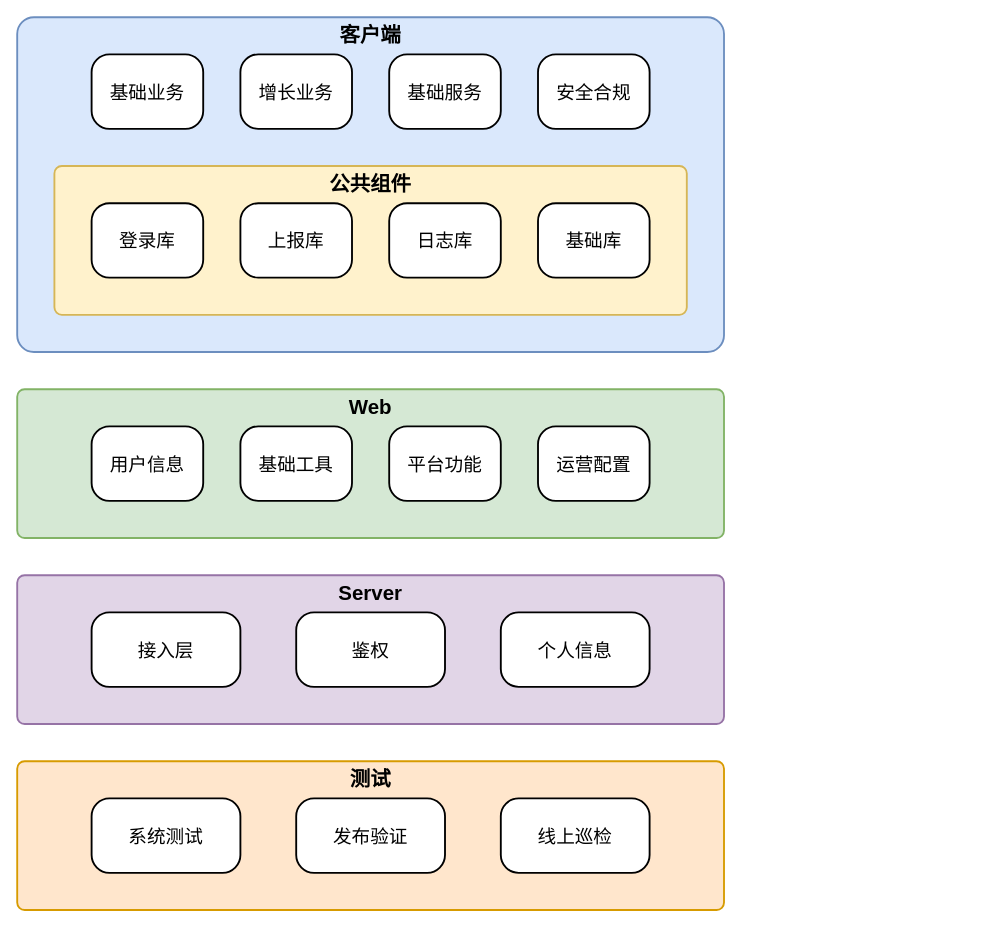
Earlier version of the draw.io diagram 23H2架构.drawio (Cmdone/Draw.io). Source tidied: cells renumbered, new cells numbered last; positions are measured from the earlier drawing's top-left corner, leaving out a move shared by most shapes. Both pictures are drawn from the tidied source at 93%, with x=0, y=0 at pixel (17, 17).
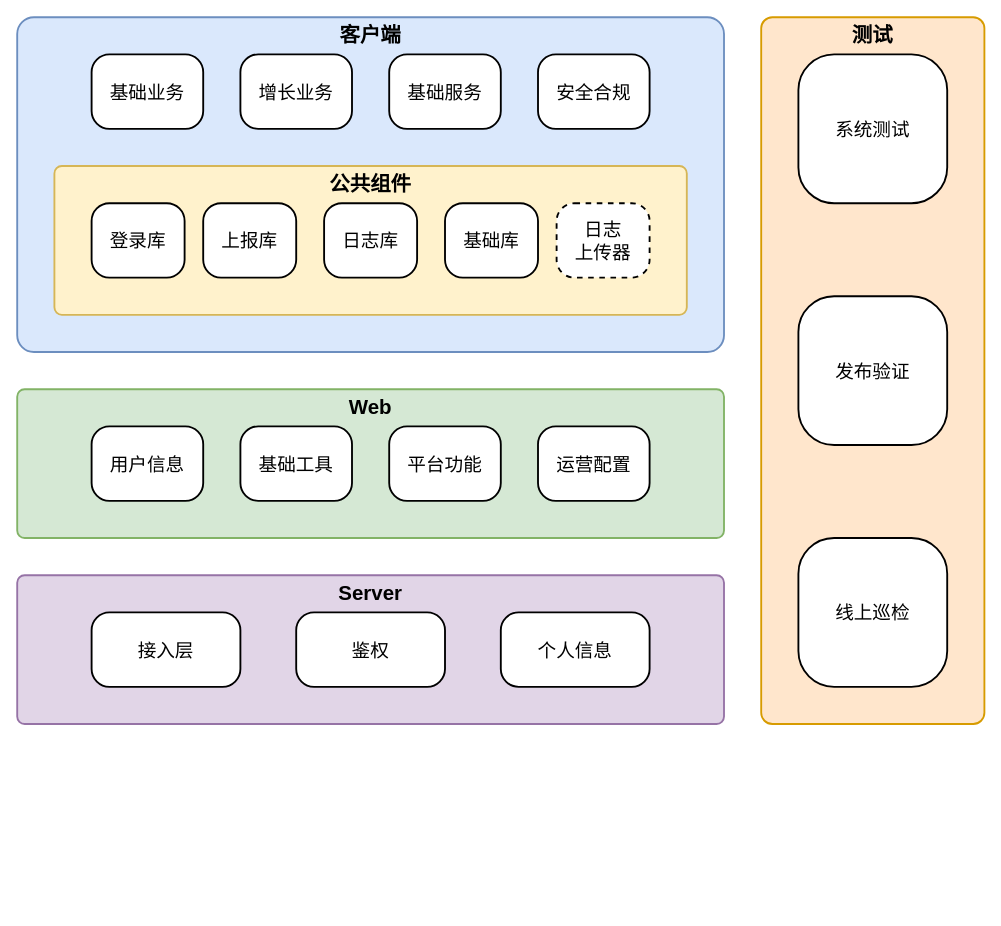
After the change.

Diff of the diagram source:
```diff
@@
     <mxCell id="9" value="登录库" style="rounded=1;whiteSpace=wrap;html=1;strokeWidth=2;fontSize=20;arcSize=24;" parent="1" vertex="1">
-      <mxGeometry x="80" y="200" width="120" height="80" as="geometry" />
+      <mxGeometry x="80" y="200" width="100" height="80" as="geometry" />
     </mxCell>
     <mxCell id="10" value="上报库" style="rounded=1;whiteSpace=wrap;html=1;strokeWidth=2;fontSize=20;arcSize=24;" parent="1" vertex="1">
-      <mxGeometry x="240" y="200" width="120" height="80" as="geometry" />
+      <mxGeometry x="200" y="200" width="100" height="80" as="geometry" />
     </mxCell>
     <mxCell id="11" value="日志库" style="rounded=1;whiteSpace=wrap;html=1;strokeWidth=2;fontSize=20;arcSize=24;" parent="1" vertex="1">
-      <mxGeometry x="400" y="200" width="120" height="80" as="geometry" />
+      <mxGeometry x="330" y="200" width="100" height="80" as="geometry" />
     </mxCell>
-    <mxCell id="12" value="基础库" style="rounded=1;whiteSpace=wrap;html=1;strokeWidth=2;fontSize=20;arcSize=24;" parent="1" vertex="1">
-      <mxGeometry x="560" y="200" width="120" height="80" as="geometry" />
+    <mxCell id="12" value="日志&lt;br&gt;上传器" style="rounded=1;whiteSpace=wrap;html=1;strokeWidth=2;fontSize=20;arcSize=24;dashed=1;" parent="1" vertex="1">
+      <mxGeometry x="580" y="200" width="100" height="80" as="geometry" />
     </mxCell>
@@
     <mxCell id="25" style="rounded=1;whiteSpace=wrap;html=1;strokeWidth=2;fontSize=16;fillColor=#ffe6cc;strokeColor=#d79b00;arcSize=5;" parent="1" vertex="1">
-      <mxGeometry y="800" width="760" height="160" as="geometry" />
+      <mxGeometry x="800" width="240" height="760" as="geometry" />
     </mxCell>
     <mxCell id="26" value="系统测试" style="rounded=1;whiteSpace=wrap;html=1;strokeWidth=2;fontSize=20;arcSize=24;" parent="1" vertex="1">
-      <mxGeometry x="80" y="840" width="160" height="80" as="geometry" />
+      <mxGeometry x="840" y="40" width="160" height="160" as="geometry" />
     </mxCell>
     <mxCell id="27" value="发布验证" style="rounded=1;whiteSpace=wrap;html=1;strokeWidth=2;fontSize=20;arcSize=24;" parent="1" vertex="1">
-      <mxGeometry x="300" y="840" width="160" height="80" as="geometry" />
+      <mxGeometry x="840" y="300" width="160" height="160" as="geometry" />
     </mxCell>
     <mxCell id="28" value="线上巡检" style="rounded=1;whiteSpace=wrap;html=1;strokeWidth=2;fontSize=20;arcSize=24;" parent="1" vertex="1">
-      <mxGeometry x="520" y="840" width="160" height="80" as="geometry" />
+      <mxGeometry x="840" y="560" width="160" height="160" as="geometry" />
     </mxCell>
     <mxCell id="29" value="测试" style="text;html=1;strokeColor=none;fillColor=none;align=center;verticalAlign=middle;whiteSpace=wrap;rounded=0;fontSize=22;fontStyle=1;" parent="1" vertex="1">
-      <mxGeometry x="40" y="800" width="680" height="40" as="geometry" />
+      <mxGeometry x="800" width="240" height="40" as="geometry" />
     </mxCell>
+    <mxCell id="30" value="基础库" style="rounded=1;whiteSpace=wrap;html=1;strokeWidth=2;fontSize=20;arcSize=24;" parent="1" vertex="1">
+      <mxGeometry x="460" y="200" width="100" height="80" as="geometry" />
+    </mxCell>
```
